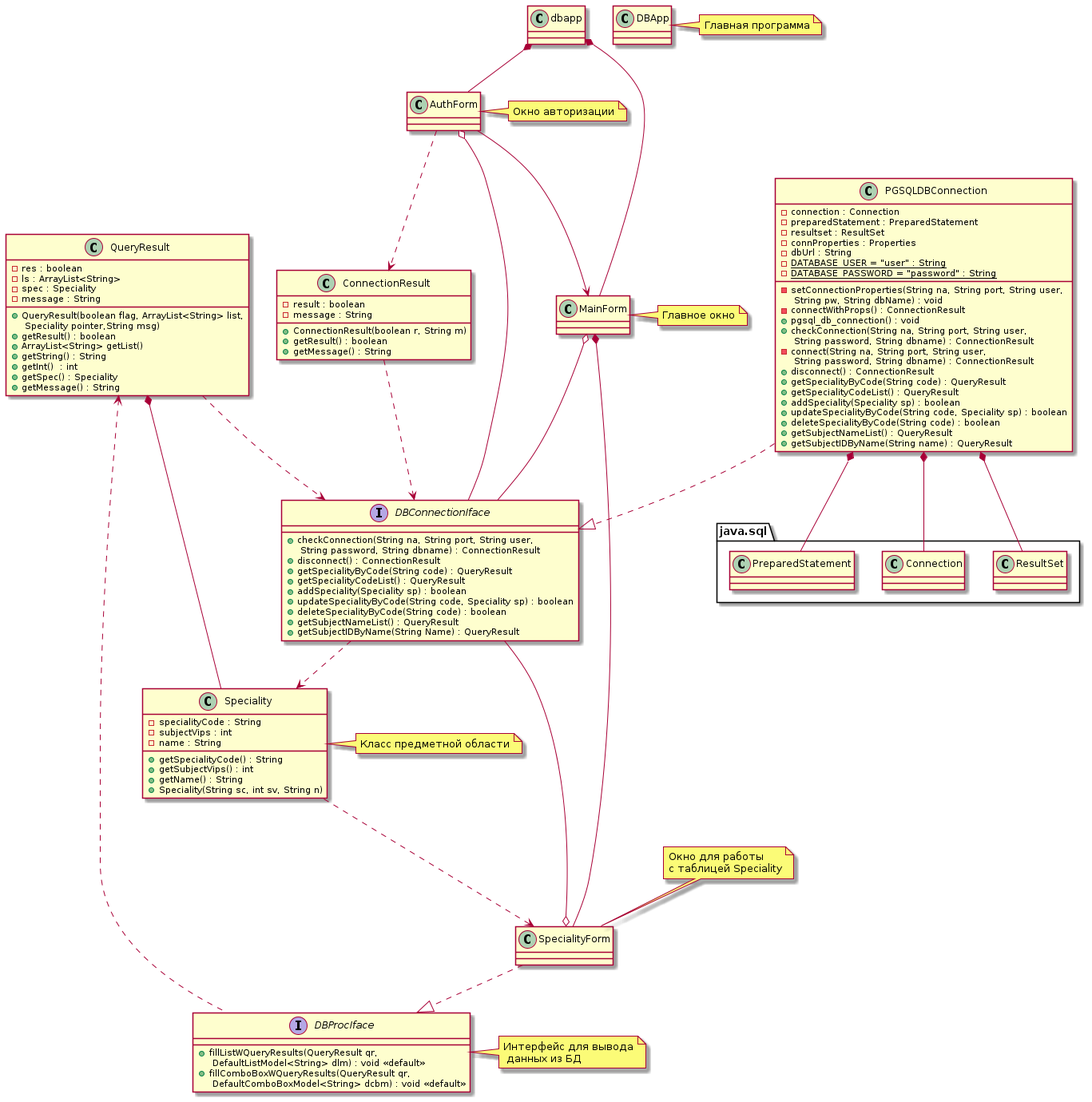
The PlantUML diagram ЛР5/class_diag.png in CodeDesign2763/DatabaseTask, before a commit.
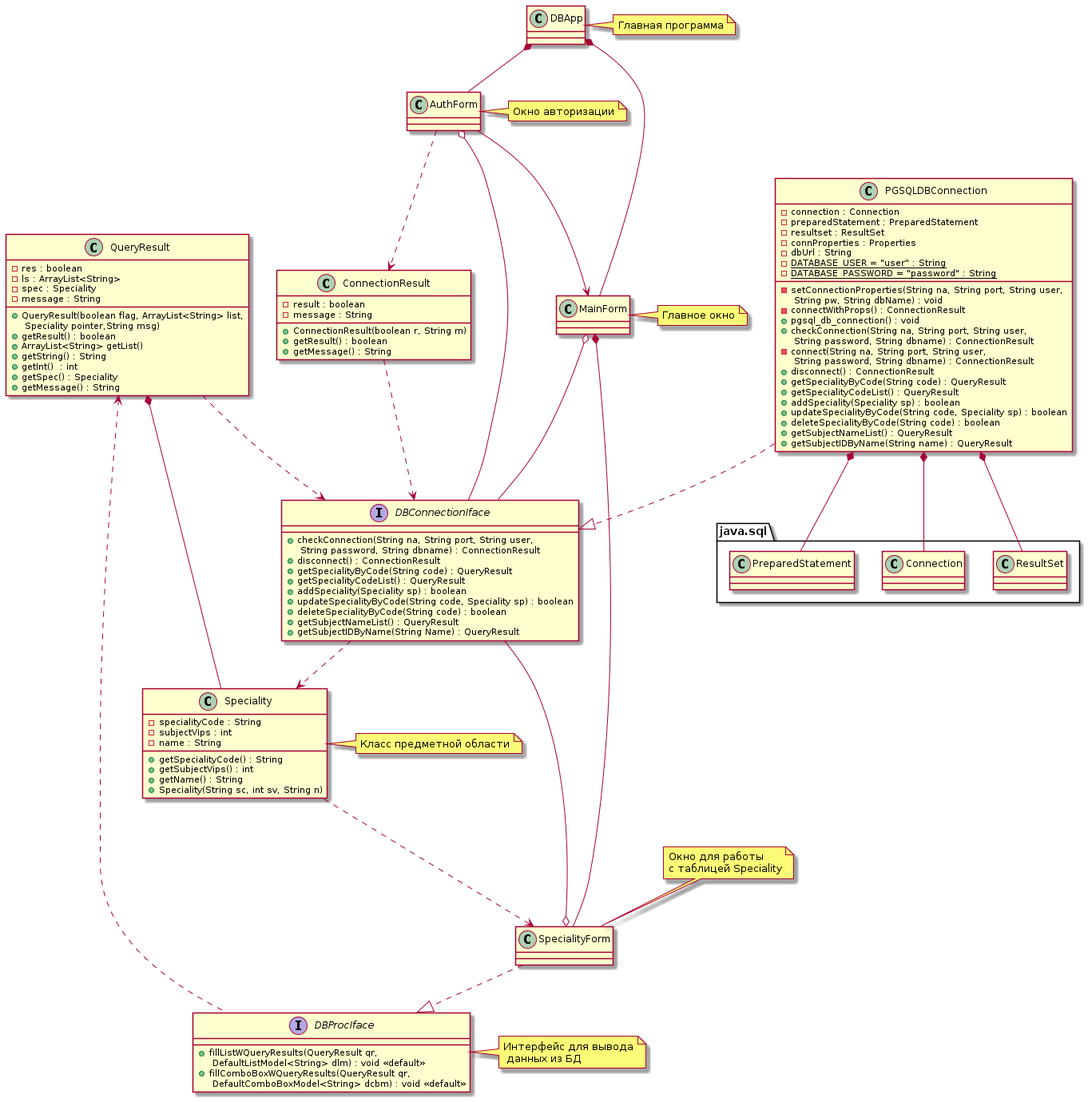
Later version of the same file.

Commit message:
Исправлена диаграмма классов

Diff of the diagram source:
```diff
@@ -92,8 +92,8 @@
 }
 note right: Интерфейс для вывода\n данных из БД
 
-dbapp *-- AuthForm
-dbapp *-- MainForm
+DBApp *-- AuthForm
+DBApp *-- MainForm
 
 AuthForm --> MainForm
 AuthForm o-- DBConnectionIface
```
